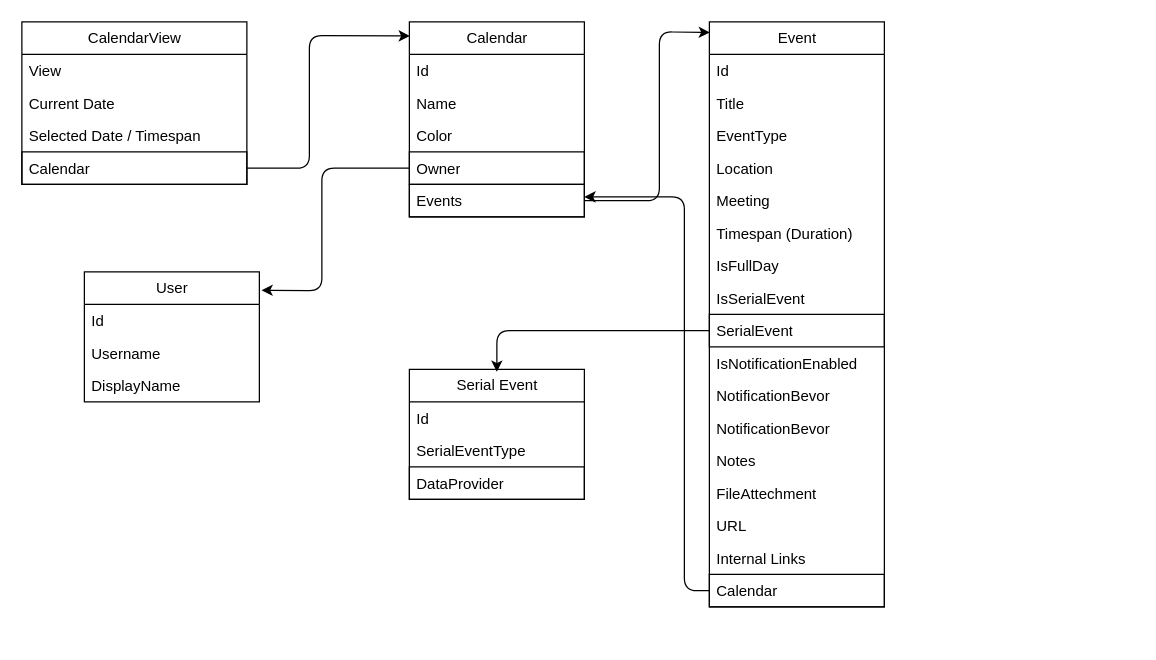
TodoXpress/Documentation keeps this draw.io diagram as Architecture/Calendar.drawio. Above is the earlier version. Source tidied: cells renumbered, new cells numbered last; positions are measured from the earlier drawing's top-left corner, leaving out a move shared by most shapes. Both pictures are drawn from the tidied source at 125%, with x=0, y=0 at pixel (21, 21).
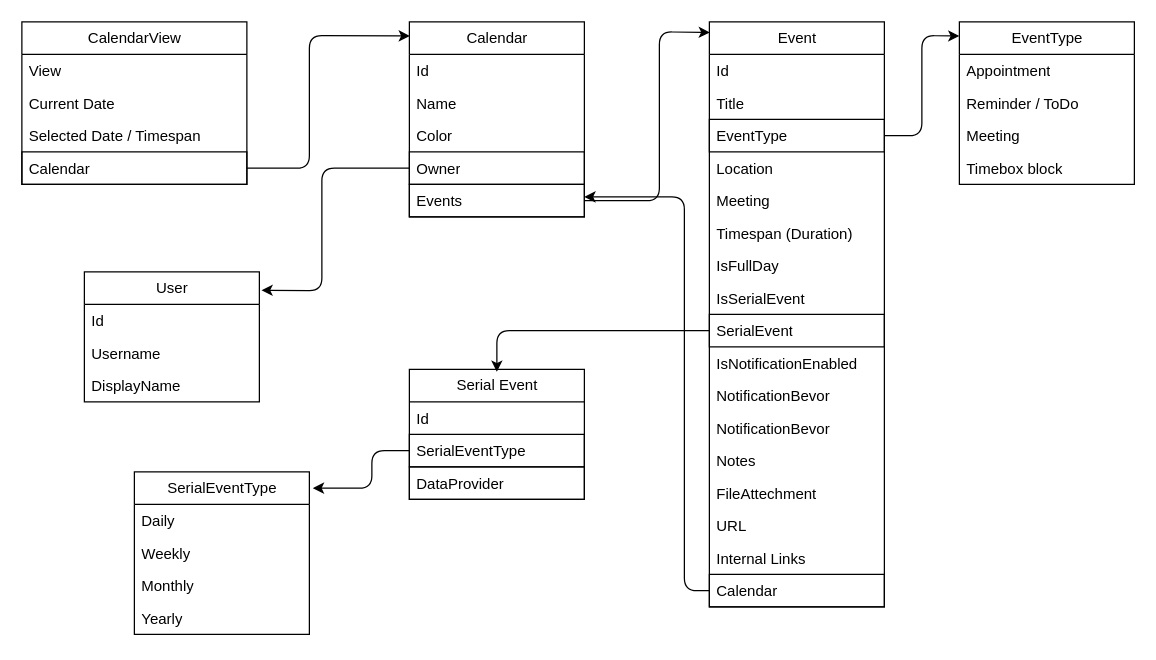
Above is the later version.

Commit message:
add event types

Unchanged cells that the change refers to:
```xml
<mxCell id="14" value="Event" style="swimlane;fontStyle=0;horizontal=1;startSize=26;fillColor=none;html=1;strokeColor=default;" parent="1" vertex="1">
  <mxGeometry x="550" width="140" height="468" as="geometry" />
</mxCell>
<mxCell id="34" value="Serial Event" style="swimlane;fontStyle=0;horizontal=1;startSize=26;fillColor=none;html=1;strokeColor=default;" parent="1" vertex="1">
  <mxGeometry x="310" y="278" width="140" height="104" as="geometry" />
</mxCell>
```

Change to the diagram source:
```diff
@@
-    <mxCell id="17" value="EventType" style="text;strokeColor=none;fillColor=none;align=left;verticalAlign=top;spacingLeft=4;spacingRight=4;overflow=hidden;points=[[0,0.5],[1,0.5]];portConstraint=eastwest;whiteSpace=wrap;html=1;" parent="14" vertex="1">
+    <mxCell id="17" value="EventType" style="text;strokeColor=default;fillColor=none;align=left;verticalAlign=top;spacingLeft=4;spacingRight=4;overflow=hidden;points=[[0,0.5],[1,0.5]];portConstraint=eastwest;whiteSpace=wrap;html=1;" parent="14" vertex="1">
       <mxGeometry y="78" width="140" height="26" as="geometry" />
     </mxCell>
@@
-    <mxCell id="36" value="SerialEventType" style="text;strokeColor=none;fillColor=none;align=left;verticalAlign=top;spacingLeft=4;spacingRight=4;overflow=hidden;points=[[0,0.5],[1,0.5]];portConstraint=eastwest;whiteSpace=wrap;html=1;" parent="34" vertex="1">
+    <mxCell id="36" value="SerialEventType" style="text;strokeColor=default;fillColor=none;align=left;verticalAlign=top;spacingLeft=4;spacingRight=4;overflow=hidden;points=[[0,0.5],[1,0.5]];portConstraint=eastwest;whiteSpace=wrap;html=1;" parent="34" vertex="1">
       <mxGeometry y="52" width="140" height="26" as="geometry" />
     </mxCell>
@@
+    <mxCell id="44" value="EventType" style="swimlane;fontStyle=0;horizontal=1;startSize=26;fillColor=none;html=1;strokeColor=default;" parent="1" vertex="1">
+      <mxGeometry x="750" width="140" height="130" as="geometry" />
+    </mxCell>
+    <mxCell id="45" value="Appointment" style="text;strokeColor=none;fillColor=none;align=left;verticalAlign=top;spacingLeft=4;spacingRight=4;overflow=hidden;whiteSpace=wrap;html=1;" parent="44" vertex="1">
+      <mxGeometry y="26" width="140" height="26" as="geometry" />
+    </mxCell>
+    <mxCell id="46" value="Reminder / ToDo" style="text;strokeColor=none;fillColor=none;align=left;verticalAlign=top;spacingLeft=4;spacingRight=4;overflow=hidden;whiteSpace=wrap;html=1;" parent="44" vertex="1">
+      <mxGeometry y="52" width="140" height="26" as="geometry" />
+    </mxCell>
+    <mxCell id="47" value="Meeting" style="text;strokeColor=none;fillColor=none;align=left;verticalAlign=top;spacingLeft=4;spacingRight=4;overflow=hidden;whiteSpace=wrap;html=1;" parent="44" vertex="1">
+      <mxGeometry y="78" width="140" height="26" as="geometry" />
+    </mxCell>
+    <mxCell id="48" value="Timebox block" style="text;strokeColor=none;fillColor=none;align=left;verticalAlign=top;spacingLeft=4;spacingRight=4;overflow=hidden;whiteSpace=wrap;html=1;" parent="44" vertex="1">
+      <mxGeometry y="104" width="140" height="26" as="geometry" />
+    </mxCell>
+    <mxCell id="49" style="edgeStyle=none;html=1;entryX=0;entryY=0.087;entryDx=0;entryDy=0;entryPerimeter=0;exitX=1;exitY=0.5;exitDx=0;exitDy=0;" parent="1" edge="1" source="17" target="44">
+      <mxGeometry relative="1" as="geometry">
+        <Array as="points">
+          <mxPoint x="720" y="91" />
+          <mxPoint x="720" y="11" />
+        </Array>
+      </mxGeometry>
+    </mxCell>
+    <mxCell id="50" value="SerialEventType" style="swimlane;fontStyle=0;horizontal=1;startSize=26;fillColor=none;html=1;strokeColor=default;" parent="1" vertex="1">
+      <mxGeometry x="90" y="360" width="140" height="130" as="geometry" />
+    </mxCell>
+    <mxCell id="51" value="Daily" style="text;strokeColor=none;fillColor=none;align=left;verticalAlign=top;spacingLeft=4;spacingRight=4;overflow=hidden;whiteSpace=wrap;html=1;" parent="50" vertex="1">
+      <mxGeometry y="26" width="140" height="26" as="geometry" />
+    </mxCell>
+    <mxCell id="52" value="Weekly" style="text;strokeColor=none;fillColor=none;align=left;verticalAlign=top;spacingLeft=4;spacingRight=4;overflow=hidden;whiteSpace=wrap;html=1;" parent="50" vertex="1">
+      <mxGeometry y="52" width="140" height="26" as="geometry" />
+    </mxCell>
+    <mxCell id="53" value="Monthly" style="text;strokeColor=none;fillColor=none;align=left;verticalAlign=top;spacingLeft=4;spacingRight=4;overflow=hidden;whiteSpace=wrap;html=1;" parent="50" vertex="1">
+      <mxGeometry y="78" width="140" height="26" as="geometry" />
+    </mxCell>
+    <mxCell id="54" value="Yearly" style="text;strokeColor=none;fillColor=none;align=left;verticalAlign=top;spacingLeft=4;spacingRight=4;overflow=hidden;whiteSpace=wrap;html=1;" parent="50" vertex="1">
+      <mxGeometry y="104" width="140" height="26" as="geometry" />
+    </mxCell>
+    <mxCell id="55" style="edgeStyle=none;html=1;exitX=0;exitY=0.5;exitDx=0;exitDy=0;entryX=1.02;entryY=0.1;entryDx=0;entryDy=0;entryPerimeter=0;" parent="1" edge="1" source="36" target="50">
+      <mxGeometry relative="1" as="geometry">
+        <Array as="points">
+          <mxPoint x="280" y="343" />
+          <mxPoint x="280" y="373" />
+        </Array>
+      </mxGeometry>
+    </mxCell>
```
